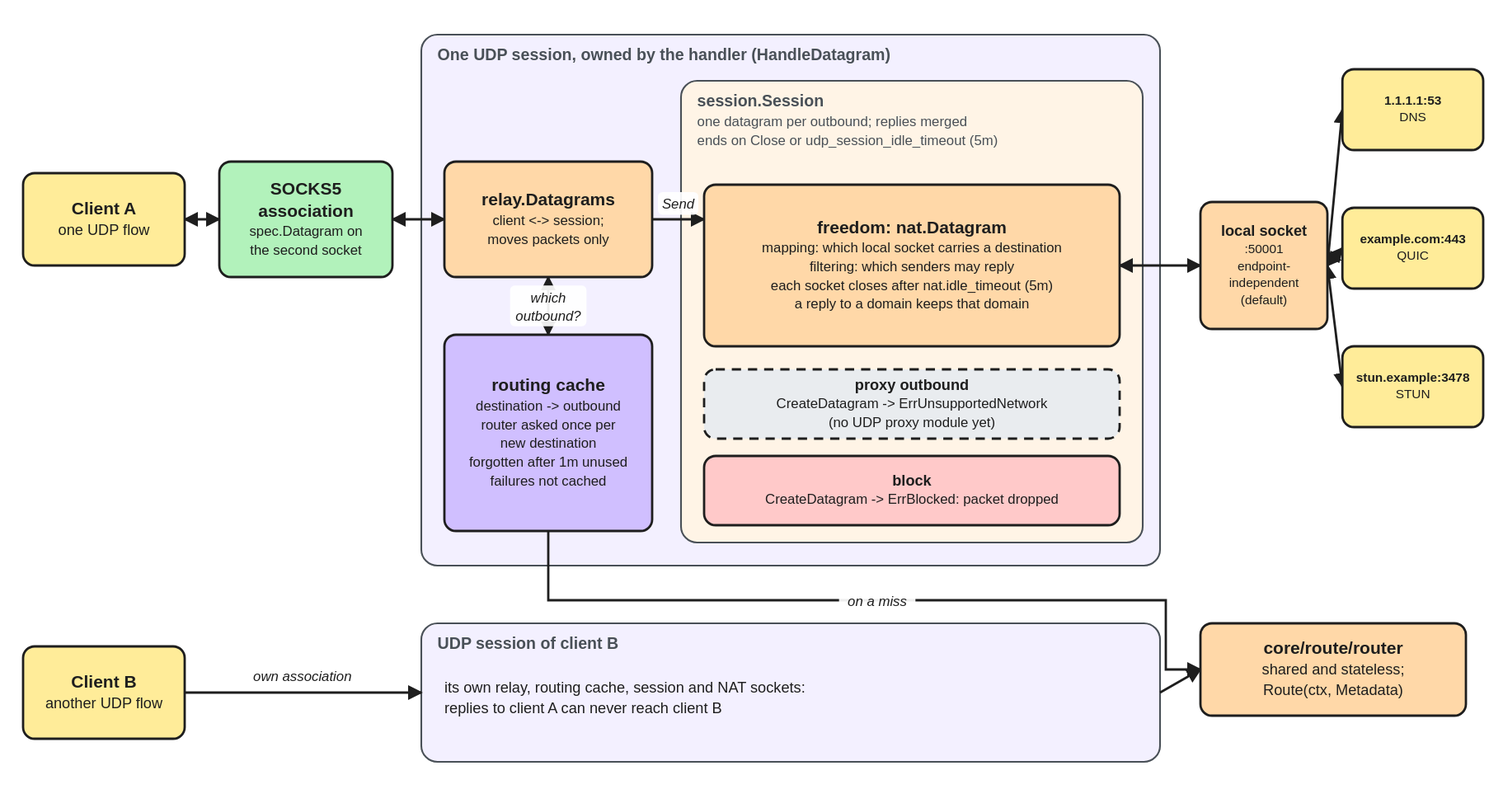
This is docs/assets/diagrams/udp-session-structure.excalidraw.svg from we-apranik/apranik, a Excalidraw export, as it was before one commit. Source tidied: one line per element, renumbered; positions are measured from the earlier drawing's top-left corner, leaving out a move shared by most shapes.
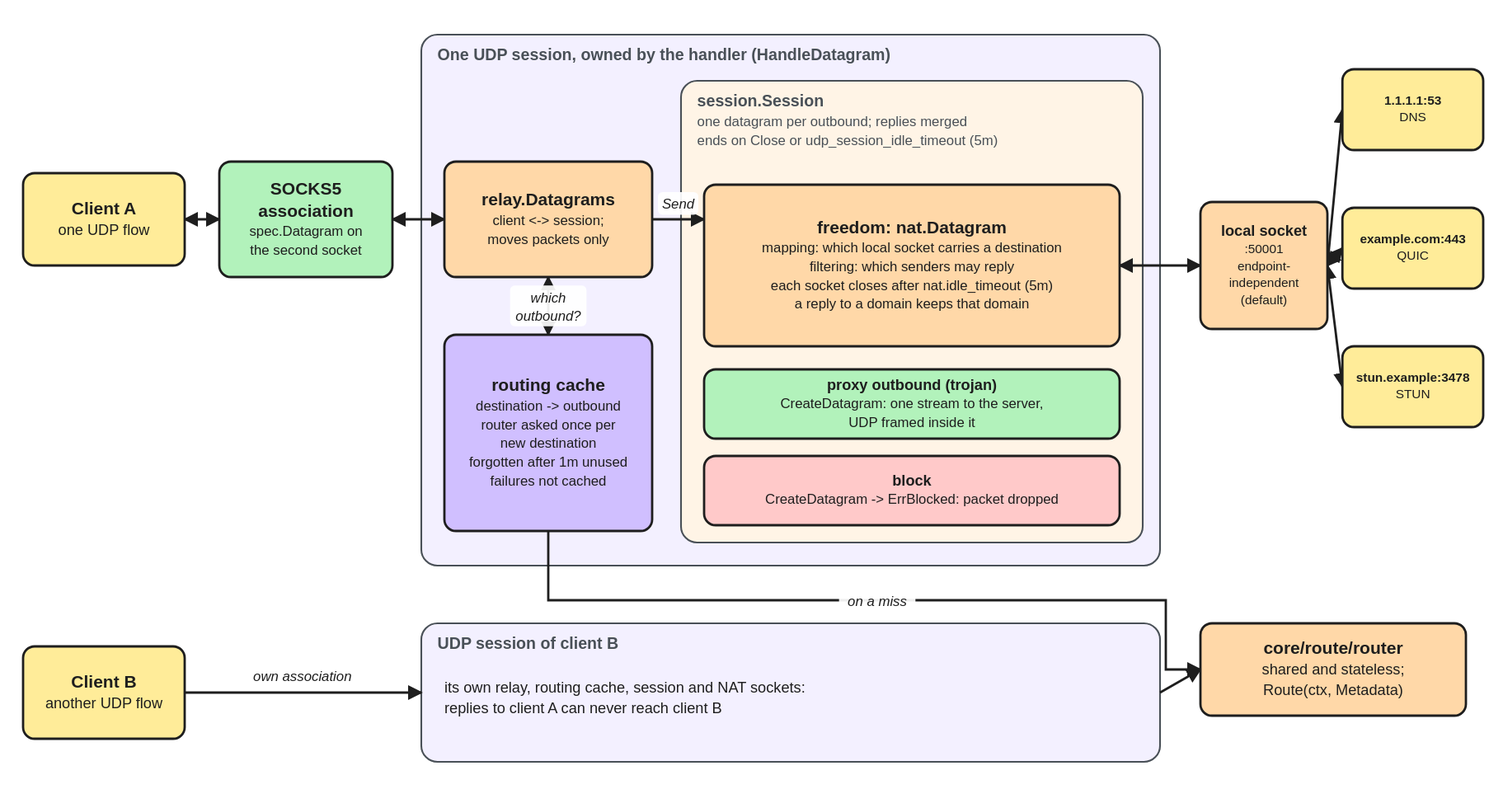
Later version of the same file.

Commit message:
Update diagram labels for overlays, Module kinds and Trojan UDP

Change to the diagram source:
```diff
@@ -14,8 +14,8 @@
 {"id": 13, "type": "text", "text": "routing cache\ndestination -> outbound\nrouter asked once per\nnew destination\nforgotten after 1m unused\nfailures not cached", "strokeColor": "#1e1e1e", "strokeWidth": 2, "roughness": 0, "fontSize": 12, "fontFamily": 2, "textAlign": "center", "verticalAlign": "middle", "inside": 12, "x": 365, "y": 260, "width": 180, "height": 90}
 {"id": 14, "type": "rectangle", "strokeColor": "#1e1e1e", "backgroundColor": "#ffd8a8", "fillStyle": "solid", "strokeWidth": 2, "roughness": 0, "round": true, "x": 590, "y": 130, "width": 360, "height": 140}
 {"id": 15, "type": "text", "text": "freedom: nat.Datagram\nmapping: which local socket carries a destination\nfiltering: which senders may reply\neach socket closes after nat.idle_timeout (5m)\na reply to a domain keeps that domain", "strokeColor": "#1e1e1e", "strokeWidth": 2, "roughness": 0, "fontSize": 12, "fontFamily": 2, "textAlign": "center", "verticalAlign": "middle", "inside": 14, "x": 590, "y": 130, "width": 360, "height": 75}
-{"id": 16, "type": "rectangle", "strokeColor": "#1e1e1e", "backgroundColor": "#e9ecef", "fillStyle": "solid", "strokeWidth": 2, "strokeStyle": "dashed", "roughness": 0, "round": true, "x": 590, "y": 290, "width": 360, "height": 60}
+{"id": 16, "type": "rectangle", "strokeColor": "#1e1e1e", "backgroundColor": "#b2f2bb", "fillStyle": "solid", "strokeWidth": 2, "roughness": 0, "round": true, "x": 590, "y": 290, "width": 360, "height": 60}
-{"id": 17, "type": "text", "text": "proxy outbound\nCreateDatagram -> ErrUnsupportedNetwork\n(no UDP proxy module yet)", "strokeColor": "#1e1e1e", "strokeWidth": 2, "roughness": 0, "fontSize": 12, "fontFamily": 2, "textAlign": "center", "verticalAlign": "middle", "inside": 16, "x": 590, "y": 290, "width": 360, "height": 45}
+{"id": 17, "type": "text", "text": "proxy outbound (trojan)\nCreateDatagram: one stream to the server,\nUDP framed inside it", "strokeColor": "#1e1e1e", "strokeWidth": 2, "roughness": 0, "fontSize": 12, "fontFamily": 2, "textAlign": "center", "verticalAlign": "middle", "inside": 16, "x": 590, "y": 290, "width": 360, "height": 45}
 {"id": 18, "type": "rectangle", "strokeColor": "#1e1e1e", "backgroundColor": "#ffc9c9", "fillStyle": "solid", "strokeWidth": 2, "roughness": 0, "round": true, "x": 590, "y": 365, "width": 360, "height": 60}
 {"id": 19, "type": "text", "text": "block\nCreateDatagram -> ErrBlocked: packet dropped", "strokeColor": "#1e1e1e", "strokeWidth": 2, "roughness": 0, "fontSize": 12, "fontFamily": 2, "textAlign": "center", "verticalAlign": "middle", "inside": 18, "x": 590, "y": 365, "width": 360, "height": 30}
 {"id": 20, "type": "rectangle", "strokeColor": "#1e1e1e", "backgroundColor": "#ffd8a8", "fillStyle": "solid", "strokeWidth": 2, "roughness": 0, "round": true, "x": 1020, "y": 145, "width": 110, "height": 110}
```
